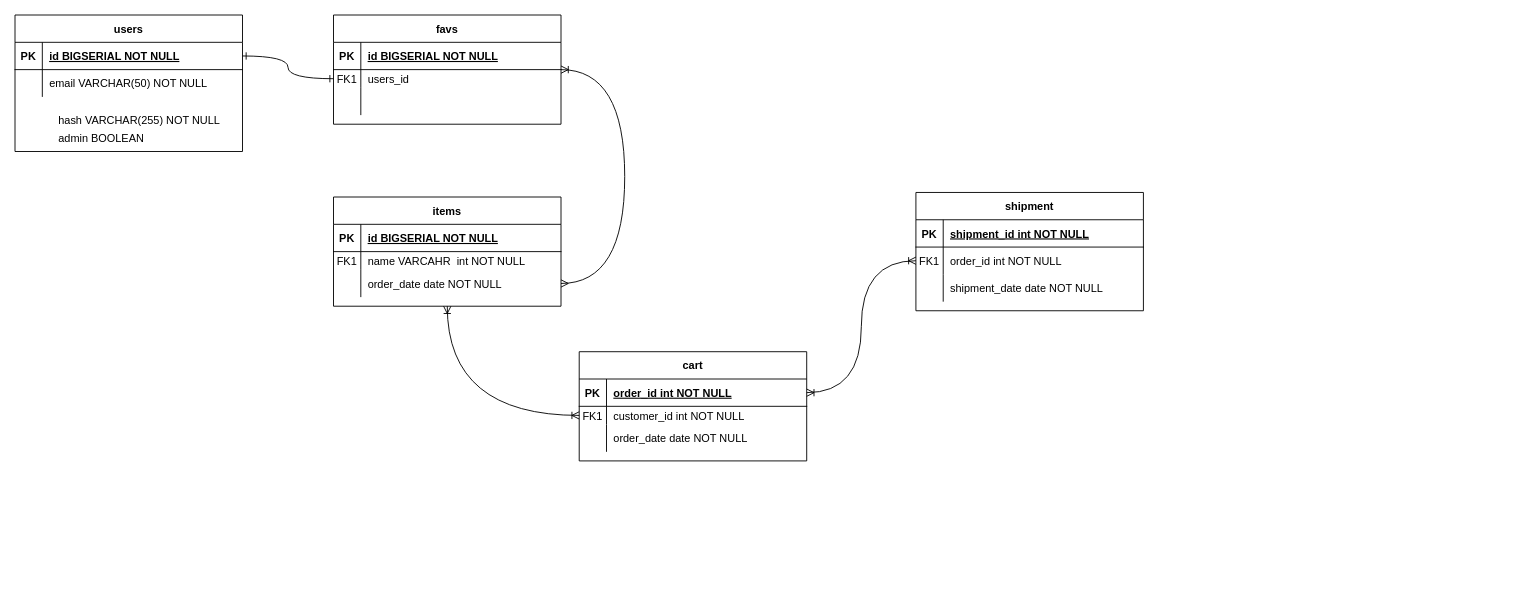
whiteforestcat/Orange-Mart-Client keeps this draw.io diagram as Untitled Diagram.drawio. Above is the earlier version. Source tidied: cells renumbered, new cells numbered last; positions are measured from the earlier drawing's top-left corner, leaving out a move shared by most shapes. Both pictures are drawn from the tidied source at 91%, with x=0, y=0 at pixel (15, 15).
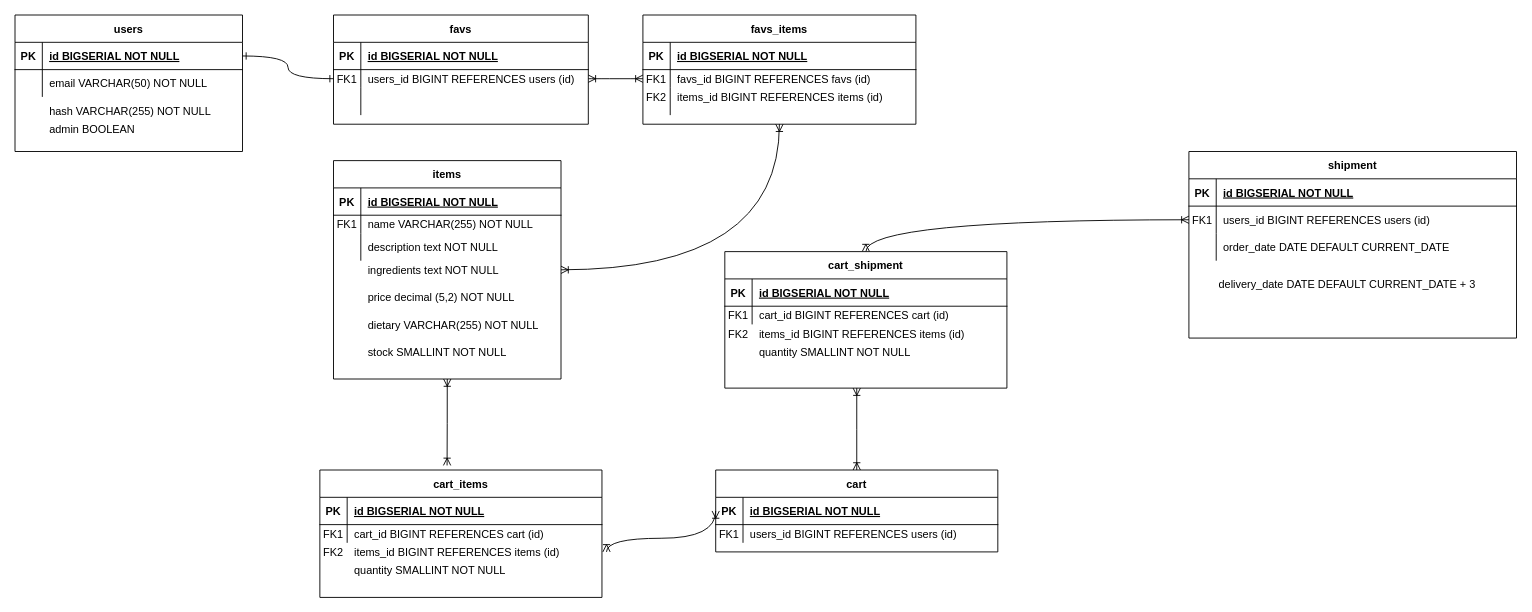
After the change.

The change refers to these unchanged cells:
```xml
<mxCell id="34" style="shape=partialRectangle;fillColor=none;top=0;left=0;right=0;bottom=0;" parent="30" vertex="1">
  <mxGeometry y="60" width="250" height="20" as="geometry" />
</mxCell>
<mxCell id="37" style="shape=partialRectangle;fillColor=none;points=[[0,0.5],[1,0.5]];portConstraint=eastwest;top=0;left=0;right=0;bottom=0;" parent="30" vertex="1">
  <mxGeometry y="80" width="250" height="30" as="geometry" />
</mxCell>
```

What changed in the source:
```diff
@@
     <mxCell id="2" value="favs" style="shape=table;startSize=30;childLayout=tableLayout;rowLines=0;fontStyle=1;align=center;" parent="1" vertex="1">
-      <mxGeometry x="350" width="250" height="120" as="geometry" />
+      <mxGeometry x="350" width="280" height="120" as="geometry" />
     </mxCell>
     <mxCell id="3" style="shape=partialRectangle;fillColor=none;top=0;left=0;right=0;bottom=1;" parent="2" vertex="1">
-      <mxGeometry y="30" width="250" height="30" as="geometry" />
+      <mxGeometry y="30" width="280" height="30" as="geometry" />
     </mxCell>
@@
     <mxCell id="5" value="id BIGSERIAL NOT NULL " style="shape=partialRectangle;overflow=hidden;fillColor=none;top=0;left=0;bottom=0;right=0;align=left;spacingLeft=6;fontStyle=5;" parent="3" vertex="1">
-      <mxGeometry x="30" width="220" height="30" as="geometry" />
+      <mxGeometry x="30" width="250" height="30" as="geometry" />
     </mxCell>
     <mxCell id="6" style="shape=partialRectangle;fillColor=none;points=[[0,0.5],[1,0.5]];portConstraint=eastwest;top=0;left=0;right=0;bottom=0;" parent="2" vertex="1">
-      <mxGeometry y="60" width="250" height="20" as="geometry" />
+      <mxGeometry y="60" width="280" height="20" as="geometry" />
     </mxCell>
@@
-    <mxCell id="8" value="users_id" style="shape=partialRectangle;overflow=hidden;fillColor=none;top=0;left=0;bottom=0;right=0;align=left;spacingLeft=6;" parent="6" vertex="1">
-      <mxGeometry x="30" width="220" height="20" as="geometry" />
+    <mxCell id="8" value="users_id BIGINT REFERENCES users (id)" style="shape=partialRectangle;overflow=hidden;fillColor=none;top=0;left=0;bottom=0;right=0;align=left;spacingLeft=6;" parent="6" vertex="1">
+      <mxGeometry x="30" width="250" height="20" as="geometry" />
     </mxCell>
     <mxCell id="9" style="shape=partialRectangle;fillColor=none;top=0;left=0;right=0;bottom=0;" parent="2" vertex="1">
-      <mxGeometry y="80" width="250" height="30" as="geometry" />
+      <mxGeometry y="80" width="280" height="30" as="geometry" />
     </mxCell>
@@
     <mxCell id="11" style="shape=partialRectangle;overflow=hidden;fillColor=none;top=0;left=0;bottom=0;right=0;align=left;spacingLeft=6;" parent="9" vertex="1">
-      <mxGeometry x="30" width="220" height="30" as="geometry" />
+      <mxGeometry x="30" width="250" height="30" as="geometry" />
     </mxCell>
     <mxCell id="12" value="shipment" style="shape=table;startSize=30;childLayout=tableLayout;rowLines=0;fontStyle=1;align=center;" parent="1" vertex="1">
-      <mxGeometry x="990" y="195" width="250" height="130" as="geometry" />
+      <mxGeometry x="1290" y="150" width="360" height="205" as="geometry" />
     </mxCell>
     <mxCell id="13" style="shape=partialRectangle;fillColor=none;top=0;left=0;right=0;bottom=1;" parent="12" vertex="1">
-      <mxGeometry y="30" width="250" height="30" as="geometry" />
+      <mxGeometry y="30" width="360" height="30" as="geometry" />
     </mxCell>
@@
-    <mxCell id="15" value="shipment_id int NOT NULL " style="shape=partialRectangle;overflow=hidden;fillColor=none;top=0;left=0;bottom=0;right=0;align=left;spacingLeft=6;fontStyle=5;" parent="13" vertex="1">
-      <mxGeometry x="30" width="220" height="30" as="geometry" />
+    <mxCell id="15" value="id BIGSERIAL NOT NULL " style="shape=partialRectangle;overflow=hidden;fillColor=none;top=0;left=0;bottom=0;right=0;align=left;spacingLeft=6;fontStyle=5;" parent="13" vertex="1">
+      <mxGeometry x="30" width="330" height="30" as="geometry" />
     </mxCell>
     <mxCell id="16" style="shape=partialRectangle;fillColor=none;points=[[0,0.5],[1,0.5]];portConstraint=eastwest;top=0;left=0;right=0;bottom=0;" parent="12" vertex="1">
-      <mxGeometry y="60" width="250" height="30" as="geometry" />
+      <mxGeometry y="60" width="360" height="30" as="geometry" />
     </mxCell>
@@
-    <mxCell id="18" value="order_id int NOT NULL" style="shape=partialRectangle;overflow=hidden;fillColor=none;top=0;left=0;bottom=0;right=0;align=left;spacingLeft=6;" parent="16" vertex="1">
-      <mxGeometry x="30" width="220" height="30" as="geometry" />
+    <mxCell id="18" value="users_id BIGINT REFERENCES users (id)" style="shape=partialRectangle;overflow=hidden;fillColor=none;top=0;left=0;bottom=0;right=0;align=left;spacingLeft=6;" parent="16" vertex="1">
+      <mxGeometry x="30" width="330" height="30" as="geometry" />
     </mxCell>
     <mxCell id="19" style="shape=partialRectangle;fillColor=none;top=0;left=0;right=0;bottom=0;" parent="12" vertex="1">
-      <mxGeometry y="90" width="250" height="30" as="geometry" />
+      <mxGeometry y="90" width="360" height="30" as="geometry" />
     </mxCell>
@@
-    <mxCell id="21" value="shipment_date date NOT NULL" style="shape=partialRectangle;overflow=hidden;fillColor=none;top=0;left=0;bottom=0;right=0;align=left;spacingLeft=6;" parent="19" vertex="1">
-      <mxGeometry x="30" width="220" height="30" as="geometry" />
+    <mxCell id="21" value="order_date DATE DEFAULT CURRENT_DATE" style="shape=partialRectangle;overflow=hidden;fillColor=none;top=0;left=0;bottom=0;right=0;align=left;spacingLeft=6;" parent="19" vertex="1">
+      <mxGeometry x="30" width="330" height="30" as="geometry" />
     </mxCell>
@@
-    <mxCell id="29" style="edgeStyle=orthogonalEdgeStyle;rounded=0;jettySize=auto;html=1;entryX=0;entryY=0.5;entryDx=0;entryDy=0;curved=1;startArrow=ERoneToMany;startFill=0;endArrow=ERoneToMany;endFill=0;" parent="1" edge="1" source="30" target="44">
+    <mxCell id="29" style="edgeStyle=orthogonalEdgeStyle;rounded=0;jettySize=auto;html=1;entryX=0.451;entryY=-0.036;entryDx=0;entryDy=0;curved=1;startArrow=ERoneToMany;startFill=0;endArrow=ERoneToMany;endFill=0;entryPerimeter=0;" parent="1" edge="1" source="30" target="83">
       <mxGeometry relative="1" as="geometry" />
     </mxCell>
     <mxCell id="30" value="items" style="shape=table;startSize=30;childLayout=tableLayout;rowLines=0;fontStyle=1;align=center;" parent="1" vertex="1">
-      <mxGeometry x="350" y="200" width="250" height="120" as="geometry" />
+      <mxGeometry x="350" y="160" width="250" height="240" as="geometry" />
     </mxCell>
@@
-    <mxCell id="36" value="name VARCAHR  int NOT NULL" style="shape=partialRectangle;overflow=hidden;fillColor=none;top=0;left=0;bottom=0;right=0;align=left;spacingLeft=6;" parent="34" vertex="1">
+    <mxCell id="36" value="name VARCHAR(255) NOT NULL" style="shape=partialRectangle;overflow=hidden;fillColor=none;top=0;left=0;bottom=0;right=0;align=left;spacingLeft=6;" parent="34" vertex="1">
       <mxGeometry x="30" width="220" height="20" as="geometry" />
     </mxCell>
@@
-    <mxCell id="39" value="order_date date NOT NULL" style="shape=partialRectangle;overflow=hidden;fillColor=none;top=0;left=0;bottom=0;right=0;align=left;spacingLeft=6;" parent="37" vertex="1">
+    <mxCell id="39" value="description text NOT NULL" style="shape=partialRectangle;overflow=hidden;fillColor=none;top=0;left=0;bottom=0;right=0;align=left;spacingLeft=6;" parent="37" vertex="1">
       <mxGeometry x="30" width="220" height="30" as="geometry" />
     </mxCell>
+    <mxCell id="55" style="edgeStyle=orthogonalEdgeStyle;rounded=0;jettySize=auto;html=1;curved=1;startArrow=ERoneToMany;startFill=0;endArrow=ERoneToMany;endFill=0;" parent="1" edge="1" source="40">
+      <mxGeometry relative="1" as="geometry">
+        <mxPoint x="925" y="410" as="targetPoint" />
+      </mxGeometry>
+    </mxCell>
     <mxCell id="40" value="cart" style="shape=table;startSize=30;childLayout=tableLayout;rowLines=0;fontStyle=1;align=center;" parent="1" vertex="1">
-      <mxGeometry x="620" y="370" width="250" height="120" as="geometry" />
+      <mxGeometry x="770" y="500" width="310" height="90" as="geometry" />
     </mxCell>
     <mxCell id="41" style="shape=partialRectangle;fillColor=none;points=[[0,0.5],[1,0.5]];portConstraint=eastwest;top=0;left=0;right=0;bottom=1;" parent="40" vertex="1">
-      <mxGeometry y="30" width="250" height="30" as="geometry" />
+      <mxGeometry y="30" width="310" height="30" as="geometry" />
     </mxCell>
@@
-    <mxCell id="43" value="order_id int NOT NULL " style="shape=partialRectangle;overflow=hidden;fillColor=none;top=0;left=0;bottom=0;right=0;align=left;spacingLeft=6;fontStyle=5;" parent="41" vertex="1">
-      <mxGeometry x="30" width="220" height="30" as="geometry" />
+    <mxCell id="43" value="id BIGSERIAL NOT NULL " style="shape=partialRectangle;overflow=hidden;fillColor=none;top=0;left=0;bottom=0;right=0;align=left;spacingLeft=6;fontStyle=5;" parent="41" vertex="1">
+      <mxGeometry x="30" width="280" height="30" as="geometry" />
     </mxCell>
     <mxCell id="44" style="shape=partialRectangle;fillColor=none;points=[[0,0.5],[1,0.5]];portConstraint=eastwest;top=0;left=0;right=0;bottom=0;" parent="40" vertex="1">
-      <mxGeometry y="60" width="250" height="20" as="geometry" />
+      <mxGeometry y="60" width="310" height="20" as="geometry" />
     </mxCell>
@@
-    <mxCell id="46" value="customer_id int NOT NULL" style="shape=partialRectangle;overflow=hidden;fillColor=none;top=0;left=0;bottom=0;right=0;align=left;spacingLeft=6;" parent="44" vertex="1">
-      <mxGeometry x="30" width="220" height="20" as="geometry" />
+    <mxCell id="46" value="users_id BIGINT REFERENCES users (id)" style="shape=partialRectangle;overflow=hidden;fillColor=none;top=0;left=0;bottom=0;right=0;align=left;spacingLeft=6;" parent="44" vertex="1">
+      <mxGeometry x="30" width="280" height="20" as="geometry" />
     </mxCell>
-    <mxCell id="47" style="shape=partialRectangle;fillColor=none;top=0;left=0;right=0;bottom=0;" parent="40" vertex="1">
-      <mxGeometry y="80" width="250" height="30" as="geometry" />
-    </mxCell>
-    <mxCell id="48" style="shape=partialRectangle;overflow=hidden;fillColor=none;top=0;left=0;bottom=0;right=0;" parent="47" vertex="1">
-      <mxGeometry width="30" height="30" as="geometry" />
-    </mxCell>
-    <mxCell id="49" value="order_date date NOT NULL" style="shape=partialRectangle;overflow=hidden;fillColor=none;top=0;left=0;bottom=0;right=0;align=left;spacingLeft=6;" parent="47" vertex="1">
-      <mxGeometry x="30" width="220" height="30" as="geometry" />
-    </mxCell>
@@
-    <mxCell id="51" style="edgeStyle=orthogonalEdgeStyle;rounded=0;jettySize=auto;html=1;curved=1;endArrow=ERoneToMany;endFill=0;startArrow=ERmany;startFill=0;" parent="1" edge="1" source="37" target="2">
-      <mxGeometry relative="1" as="geometry">
-        <Array as="points">
-          <mxPoint x="670" y="60" />
-        </Array>
-      </mxGeometry>
-    </mxCell>
-    <mxCell id="52" style="edgeStyle=orthogonalEdgeStyle;rounded=0;jettySize=auto;html=1;entryX=0;entryY=0.5;entryDx=0;entryDy=0;curved=1;startArrow=ERoneToMany;startFill=0;endArrow=ERoneToMany;endFill=0;" parent="1" edge="1" source="41" target="16">
-      <mxGeometry relative="1" as="geometry" />
-    </mxCell>
     <mxCell id="53" value="hash VARCHAR(255) NOT NULL" style="shape=partialRectangle;overflow=hidden;fillColor=none;top=0;left=0;bottom=0;right=0;align=left;spacingLeft=6;" parent="1" vertex="1">
-      <mxGeometry x="40" y="100" width="220" height="30" as="geometry" />
+      <mxGeometry x="30" y="90" width="220" height="30" as="geometry" />
     </mxCell>
     <mxCell id="54" value="admin BOOLEAN" style="shape=partialRectangle;overflow=hidden;fillColor=none;top=0;left=0;bottom=0;right=0;align=left;spacingLeft=6;" parent="1" vertex="1">
-      <mxGeometry x="40" y="120" width="220" height="30" as="geometry" />
+      <mxGeometry x="30" y="110" width="220" height="30" as="geometry" />
     </mxCell>
+    <mxCell id="56" style="shape=partialRectangle;fillColor=none;top=0;left=0;right=0;bottom=0;" parent="1" vertex="1">
+      <mxGeometry x="350" y="355" width="250" height="30" as="geometry" />
+    </mxCell>
+    <mxCell id="57" style="shape=partialRectangle;overflow=hidden;fillColor=none;top=0;left=0;bottom=0;right=0;" parent="56" vertex="1">
+      <mxGeometry width="30" height="30" as="geometry" />
+    </mxCell>
+    <mxCell id="58" value="stock SMALLINT NOT NULL" style="shape=partialRectangle;overflow=hidden;fillColor=none;top=0;left=0;bottom=0;right=0;align=left;spacingLeft=6;" parent="56" vertex="1">
+      <mxGeometry x="30" width="220" height="30" as="geometry" />
+    </mxCell>
+    <mxCell id="59" style="shape=partialRectangle;fillColor=none;points=[[0,0.5],[1,0.5]];portConstraint=eastwest;top=0;left=0;right=0;bottom=0;" parent="1" vertex="1">
+      <mxGeometry x="350" y="265" width="250" height="30" as="geometry" />
+    </mxCell>
+    <mxCell id="60" style="shape=partialRectangle;overflow=hidden;fillColor=none;top=0;left=0;bottom=0;right=0;" parent="59" vertex="1">
+      <mxGeometry width="30" height="30" as="geometry" />
+    </mxCell>
+    <mxCell id="61" value="ingredients text NOT NULL" style="shape=partialRectangle;overflow=hidden;fillColor=none;top=0;left=0;bottom=0;right=0;align=left;spacingLeft=6;" parent="59" vertex="1">
+      <mxGeometry x="30" width="220" height="30" as="geometry" />
+    </mxCell>
+    <mxCell id="62" style="shape=partialRectangle;fillColor=none;top=0;left=0;right=0;bottom=0;" parent="1" vertex="1">
+      <mxGeometry x="350" y="295" width="250" height="30" as="geometry" />
+    </mxCell>
+    <mxCell id="63" style="shape=partialRectangle;overflow=hidden;fillColor=none;top=0;left=0;bottom=0;right=0;" parent="62" vertex="1">
+      <mxGeometry width="30" height="30" as="geometry" />
+    </mxCell>
+    <mxCell id="64" value="price decimal (5,2) NOT NULL" style="shape=partialRectangle;overflow=hidden;fillColor=none;top=0;left=0;bottom=0;right=0;align=left;spacingLeft=6;" parent="62" vertex="1">
+      <mxGeometry x="30" width="220" height="30" as="geometry" />
+    </mxCell>
+    <mxCell id="65" style="shape=partialRectangle;fillColor=none;top=0;left=0;right=0;bottom=0;" parent="1" vertex="1">
+      <mxGeometry x="350" y="325" width="250" height="30" as="geometry" />
+    </mxCell>
+    <mxCell id="66" style="shape=partialRectangle;overflow=hidden;fillColor=none;top=0;left=0;bottom=0;right=0;" parent="65" vertex="1">
+      <mxGeometry width="30" height="30" as="geometry" />
+    </mxCell>
+    <mxCell id="67" value="dietary VARCHAR(255) NOT NULL" style="shape=partialRectangle;overflow=hidden;fillColor=none;top=0;left=0;bottom=0;right=0;align=left;spacingLeft=6;" parent="65" vertex="1">
+      <mxGeometry x="30" width="220" height="30" as="geometry" />
+    </mxCell>
+    <mxCell id="68" style="edgeStyle=orthogonalEdgeStyle;rounded=0;jettySize=auto;html=1;entryX=1;entryY=0.5;entryDx=0;entryDy=0;curved=1;startArrow=ERoneToMany;startFill=0;endArrow=ERoneToMany;endFill=0;" parent="1" edge="1" source="69" target="59">
+      <mxGeometry relative="1" as="geometry" />
+    </mxCell>
+    <mxCell id="69" value="favs_items" style="shape=table;startSize=30;childLayout=tableLayout;rowLines=0;fontStyle=1;align=center;" parent="1" vertex="1">
+      <mxGeometry x="690" width="300" height="120" as="geometry" />
+    </mxCell>
+    <mxCell id="70" style="shape=partialRectangle;fillColor=none;top=0;left=0;right=0;bottom=1;" parent="69" vertex="1">
+      <mxGeometry y="30" width="300" height="30" as="geometry" />
+    </mxCell>
+    <mxCell id="71" value="PK" style="shape=partialRectangle;overflow=hidden;fillColor=none;top=0;left=0;bottom=0;right=0;fontStyle=1;" parent="70" vertex="1">
+      <mxGeometry width="30" height="30" as="geometry" />
+    </mxCell>
+    <mxCell id="72" value="id BIGSERIAL NOT NULL " style="shape=partialRectangle;overflow=hidden;fillColor=none;top=0;left=0;bottom=0;right=0;align=left;spacingLeft=6;fontStyle=5;" parent="70" vertex="1">
+      <mxGeometry x="30" width="270" height="30" as="geometry" />
+    </mxCell>
+    <mxCell id="73" style="shape=partialRectangle;fillColor=none;points=[[0,0.5],[1,0.5]];portConstraint=eastwest;top=0;left=0;right=0;bottom=0;" parent="69" vertex="1">
+      <mxGeometry y="60" width="300" height="20" as="geometry" />
+    </mxCell>
+    <mxCell id="74" value="FK1" style="shape=partialRectangle;overflow=hidden;fillColor=none;top=0;left=0;bottom=0;right=0;" parent="73" vertex="1">
+      <mxGeometry width="30" height="20" as="geometry" />
+    </mxCell>
+    <mxCell id="75" value="favs_id BIGINT REFERENCES favs (id)" style="shape=partialRectangle;overflow=hidden;fillColor=none;top=0;left=0;bottom=0;right=0;align=left;spacingLeft=6;" parent="73" vertex="1">
+      <mxGeometry x="30" width="270" height="20" as="geometry" />
+    </mxCell>
+    <mxCell id="76" style="shape=partialRectangle;fillColor=none;top=0;left=0;right=0;bottom=0;" parent="69" vertex="1">
+      <mxGeometry y="80" width="300" height="30" as="geometry" />
+    </mxCell>
+    <mxCell id="77" style="shape=partialRectangle;overflow=hidden;fillColor=none;top=0;left=0;bottom=0;right=0;" parent="76" vertex="1">
+      <mxGeometry width="30" height="30" as="geometry" />
+    </mxCell>
+    <mxCell id="78" style="shape=partialRectangle;overflow=hidden;fillColor=none;top=0;left=0;bottom=0;right=0;align=left;spacingLeft=6;" parent="76" vertex="1">
+      <mxGeometry x="30" width="270" height="30" as="geometry" />
+    </mxCell>
+    <mxCell id="79" style="edgeStyle=orthogonalEdgeStyle;rounded=0;jettySize=auto;html=1;entryX=0;entryY=0.5;entryDx=0;entryDy=0;curved=1;startArrow=ERoneToMany;startFill=0;endArrow=ERoneToMany;endFill=0;" parent="1" edge="1" source="6" target="73">
+      <mxGeometry relative="1" as="geometry" />
+    </mxCell>
+    <mxCell id="80" value="FK2" style="shape=partialRectangle;overflow=hidden;fillColor=none;top=0;left=0;bottom=0;right=0;" parent="1" vertex="1">
+      <mxGeometry x="690" y="80" width="30" height="20" as="geometry" />
+    </mxCell>
+    <mxCell id="81" value="items_id BIGINT REFERENCES items (id)" style="shape=partialRectangle;overflow=hidden;fillColor=none;top=0;left=0;bottom=0;right=0;align=left;spacingLeft=6;" parent="1" vertex="1">
+      <mxGeometry x="720" y="80" width="250" height="20" as="geometry" />
+    </mxCell>
+    <mxCell id="82" style="edgeStyle=orthogonalEdgeStyle;rounded=0;jettySize=auto;html=1;entryX=0;entryY=0.5;entryDx=0;entryDy=0;curved=1;startArrow=ERoneToMany;startFill=0;endArrow=ERoneToMany;endFill=0;" parent="1" edge="1" target="41">
+      <mxGeometry relative="1" as="geometry">
+        <mxPoint x="650" y="590" as="sourcePoint" />
+        <Array as="points">
+          <mxPoint x="650" y="575" />
+        </Array>
+      </mxGeometry>
+    </mxCell>
+    <mxCell id="83" value="cart_items" style="shape=table;startSize=30;childLayout=tableLayout;rowLines=0;fontStyle=1;align=center;" parent="1" vertex="1">
+      <mxGeometry x="335" y="500" width="310" height="140" as="geometry" />
+    </mxCell>
+    <mxCell id="84" style="shape=partialRectangle;fillColor=none;top=0;left=0;right=0;bottom=1;" parent="83" vertex="1">
+      <mxGeometry y="30" width="310" height="30" as="geometry" />
+    </mxCell>
+    <mxCell id="85" value="PK" style="shape=partialRectangle;overflow=hidden;fillColor=none;top=0;left=0;bottom=0;right=0;fontStyle=1;" parent="84" vertex="1">
+      <mxGeometry width="30" height="30" as="geometry" />
+    </mxCell>
+    <mxCell id="86" value="id BIGSERIAL NOT NULL " style="shape=partialRectangle;overflow=hidden;fillColor=none;top=0;left=0;bottom=0;right=0;align=left;spacingLeft=6;fontStyle=5;" parent="84" vertex="1">
+      <mxGeometry x="30" width="280" height="30" as="geometry" />
+    </mxCell>
+    <mxCell id="87" style="shape=partialRectangle;fillColor=none;top=0;left=0;right=0;bottom=0;" parent="83" vertex="1">
+      <mxGeometry y="60" width="310" height="20" as="geometry" />
+    </mxCell>
+    <mxCell id="88" value="FK1" style="shape=partialRectangle;overflow=hidden;fillColor=none;top=0;left=0;bottom=0;right=0;" parent="87" vertex="1">
+      <mxGeometry width="30" height="20" as="geometry" />
+    </mxCell>
+    <mxCell id="89" value="cart_id BIGINT REFERENCES cart (id)" style="shape=partialRectangle;overflow=hidden;fillColor=none;top=0;left=0;bottom=0;right=0;align=left;spacingLeft=6;" parent="87" vertex="1">
+      <mxGeometry x="30" width="280" height="20" as="geometry" />
+    </mxCell>
+    <mxCell id="90" value="FK2" style="shape=partialRectangle;overflow=hidden;fillColor=none;top=0;left=0;bottom=0;right=0;" parent="1" vertex="1">
+      <mxGeometry x="335" y="580" width="30" height="20" as="geometry" />
+    </mxCell>
+    <mxCell id="91" value="items_id BIGINT REFERENCES items (id)" style="shape=partialRectangle;overflow=hidden;fillColor=none;top=0;left=0;bottom=0;right=0;align=left;spacingLeft=6;" parent="1" vertex="1">
+      <mxGeometry x="365" y="580" width="280" height="20" as="geometry" />
+    </mxCell>
+    <mxCell id="92" value="quantity SMALLINT NOT NULL" style="shape=partialRectangle;overflow=hidden;fillColor=none;top=0;left=0;bottom=0;right=0;align=left;spacingLeft=6;" parent="1" vertex="1">
+      <mxGeometry x="365" y="600" width="280" height="20" as="geometry" />
+    </mxCell>
+    <mxCell id="93" value="delivery_date DATE DEFAULT CURRENT_DATE + 3" style="shape=partialRectangle;overflow=hidden;fillColor=none;top=0;left=0;bottom=0;right=0;align=left;spacingLeft=6;" parent="1" vertex="1">
+      <mxGeometry x="1315" y="280" width="310" height="30" as="geometry" />
+    </mxCell>
+    <mxCell id="94" style="edgeStyle=orthogonalEdgeStyle;rounded=0;jettySize=auto;html=1;curved=1;startArrow=ERoneToMany;startFill=0;endArrow=ERoneToMany;endFill=0;" parent="1" edge="1" source="95" target="16">
+      <mxGeometry relative="1" as="geometry" />
+    </mxCell>
+    <mxCell id="95" value="cart_shipment" style="shape=table;startSize=30;childLayout=tableLayout;rowLines=0;fontStyle=1;align=center;" parent="1" vertex="1">
+      <mxGeometry x="780" y="260" width="310" height="150" as="geometry" />
+    </mxCell>
+    <mxCell id="96" style="shape=partialRectangle;fillColor=none;top=0;left=0;right=0;bottom=1;" parent="95" vertex="1">
+      <mxGeometry y="30" width="310" height="30" as="geometry" />
+    </mxCell>
+    <mxCell id="97" value="PK" style="shape=partialRectangle;overflow=hidden;fillColor=none;top=0;left=0;bottom=0;right=0;fontStyle=1;" parent="96" vertex="1">
+      <mxGeometry width="30" height="30" as="geometry" />
+    </mxCell>
+    <mxCell id="98" value="id BIGSERIAL NOT NULL " style="shape=partialRectangle;overflow=hidden;fillColor=none;top=0;left=0;bottom=0;right=0;align=left;spacingLeft=6;fontStyle=5;" parent="96" vertex="1">
+      <mxGeometry x="30" width="280" height="30" as="geometry" />
+    </mxCell>
+    <mxCell id="99" style="shape=partialRectangle;fillColor=none;top=0;left=0;right=0;bottom=0;" parent="95" vertex="1">
+      <mxGeometry y="60" width="310" height="20" as="geometry" />
+    </mxCell>
+    <mxCell id="100" value="FK1" style="shape=partialRectangle;overflow=hidden;fillColor=none;top=0;left=0;bottom=0;right=0;" parent="99" vertex="1">
+      <mxGeometry width="30" height="20" as="geometry" />
+    </mxCell>
+    <mxCell id="101" value="cart_id BIGINT REFERENCES cart (id)" style="shape=partialRectangle;overflow=hidden;fillColor=none;top=0;left=0;bottom=0;right=0;align=left;spacingLeft=6;" parent="99" vertex="1">
+      <mxGeometry x="30" width="280" height="20" as="geometry" />
+    </mxCell>
+    <mxCell id="102" value="FK2" style="shape=partialRectangle;overflow=hidden;fillColor=none;top=0;left=0;bottom=0;right=0;" parent="1" vertex="1">
+      <mxGeometry x="780" y="340" width="30" height="20" as="geometry" />
+    </mxCell>
+    <mxCell id="103" value="items_id BIGINT REFERENCES items (id)" style="shape=partialRectangle;overflow=hidden;fillColor=none;top=0;left=0;bottom=0;right=0;align=left;spacingLeft=6;" parent="1" vertex="1">
+      <mxGeometry x="810" y="340" width="280" height="20" as="geometry" />
+    </mxCell>
+    <mxCell id="104" value="quantity SMALLINT NOT NULL" style="shape=partialRectangle;overflow=hidden;fillColor=none;top=0;left=0;bottom=0;right=0;align=left;spacingLeft=6;" parent="1" vertex="1">
+      <mxGeometry x="810" y="360" width="280" height="20" as="geometry" />
+    </mxCell>
```
